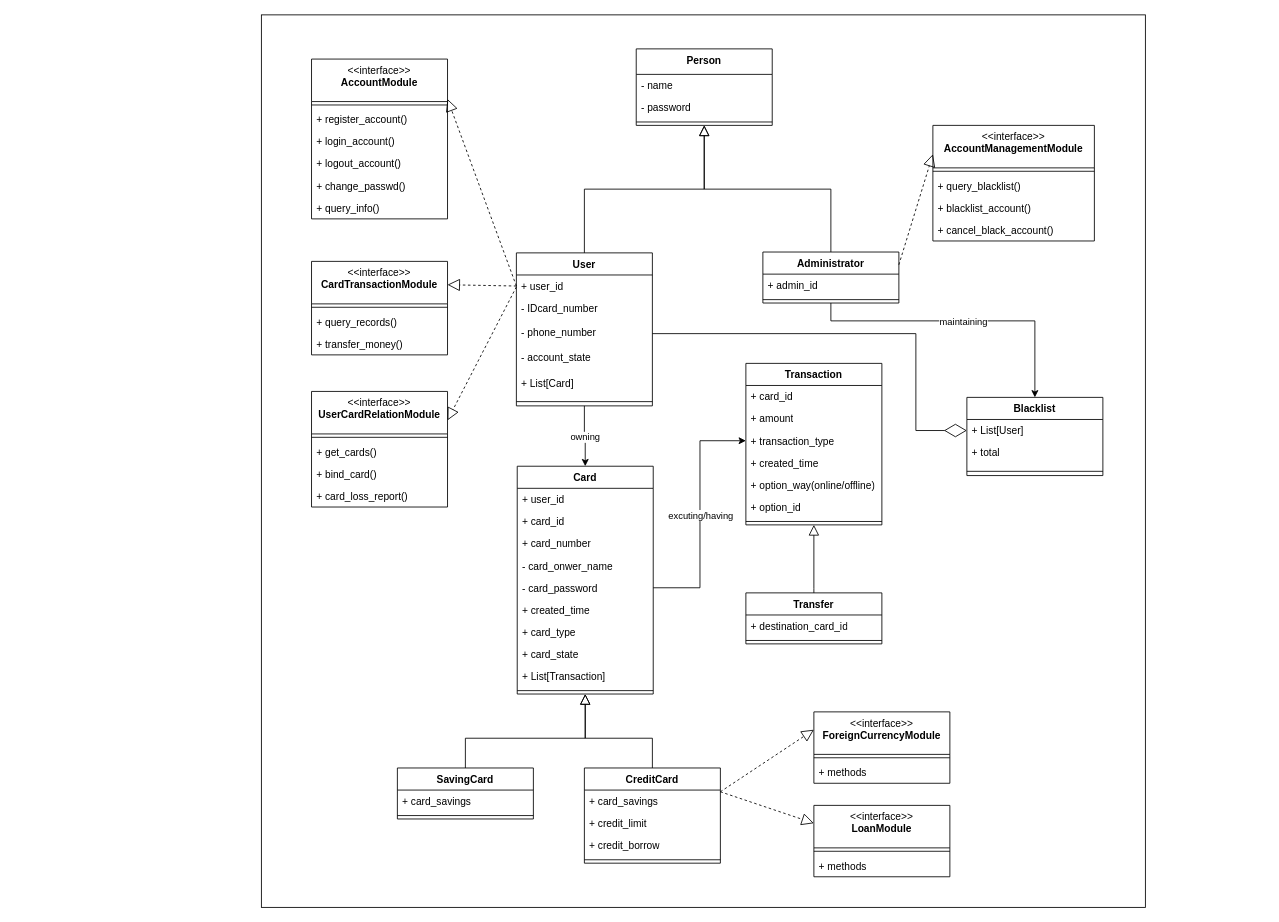
LeChatelier-Lenz/Impel-Down keeps this draw.io diagram as .drawio. Above is the earlier version. Source tidied: cells renumbered, new cells numbered last; positions are measured from the earlier drawing's top-left corner, leaving out a move shared by most shapes. Both pictures are drawn from the tidied source at 85%, with x=0, y=0 at pixel (261, 14).
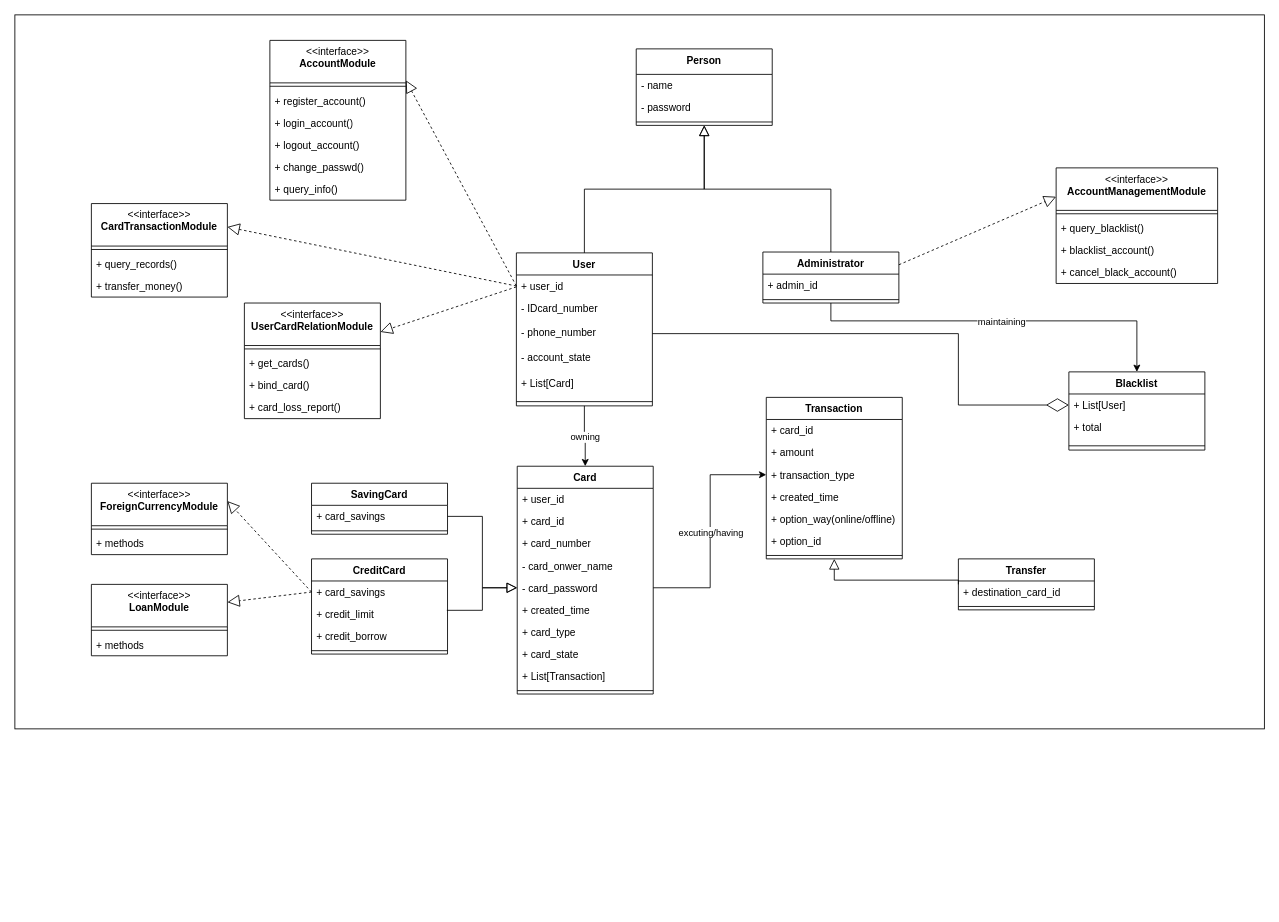
After the change.

The change refers to these unchanged cells:
```xml
<mxCell id="10" value="- phone_number&#10;" style="text;align=left;verticalAlign=top;spacingLeft=4;spacingRight=4;overflow=hidden;points=[[0,0.5],[1,0.5]];portConstraint=eastwest;rounded=0;shadow=0;html=0;" parent="7" vertex="1">
  <mxGeometry y="80" width="160" height="30" as="geometry" />
</mxCell>
<mxCell id="19" value="Card" style="swimlane;fontStyle=1;align=center;verticalAlign=top;horizontal=1;startSize=26;whiteSpace=wrap;html=1;" parent="1" vertex="1">
  <mxGeometry x="301" y="531" width="160" height="268" as="geometry" />
</mxCell>
<mxCell id="24" value="- card_password" style="text;strokeColor=none;fillColor=none;align=left;verticalAlign=top;spacingLeft=4;spacingRight=4;overflow=hidden;points=[[0,0.5],[1,0.5]];portConstraint=eastwest;whiteSpace=wrap;html=1;" parent="19" vertex="1">
  <mxGeometry y="130" width="160" height="26" as="geometry" />
</mxCell>
<mxCell id="31" value="+ card_savings&lt;div&gt;&lt;br&gt;&lt;/div&gt;" style="text;strokeColor=none;fillColor=none;align=left;verticalAlign=top;spacingLeft=4;spacingRight=4;overflow=hidden;points=[[0,0.5],[1,0.5]];portConstraint=eastwest;whiteSpace=wrap;html=1;" parent="30" vertex="1">
  <mxGeometry y="26" width="160" height="26" as="geometry" />
</mxCell>
<mxCell id="32" value="+ credit_limit&lt;div&gt;&lt;br&gt;&lt;/div&gt;" style="text;strokeColor=none;fillColor=none;align=left;verticalAlign=top;spacingLeft=4;spacingRight=4;overflow=hidden;points=[[0,0.5],[1,0.5]];portConstraint=eastwest;whiteSpace=wrap;html=1;" parent="30" vertex="1">
  <mxGeometry y="52" width="160" height="26" as="geometry" />
</mxCell>
<mxCell id="37" value="+ card_savings" style="text;strokeColor=none;fillColor=none;align=left;verticalAlign=top;spacingLeft=4;spacingRight=4;overflow=hidden;points=[[0,0.5],[1,0.5]];portConstraint=eastwest;whiteSpace=wrap;html=1;" parent="36" vertex="1">
  <mxGeometry y="26" width="160" height="26" as="geometry" />
</mxCell>
<mxCell id="76" value="+ List[User]" style="text;align=left;verticalAlign=top;spacingLeft=4;spacingRight=4;overflow=hidden;points=[[0,0.5],[1,0.5]];portConstraint=eastwest;" parent="75" vertex="1">
  <mxGeometry y="26" width="160" height="26" as="geometry" />
</mxCell>
```

Diff of the diagram source:
```diff
@@
     <mxCell id="2" style="rounded=0;whiteSpace=wrap;html=1;" parent="1" vertex="1">
-      <mxGeometry width="1040" height="1050" as="geometry" />
+      <mxGeometry x="-290" width="1470" height="840" as="geometry" />
     </mxCell>
@@
     <mxCell id="30" value="CreditCard" style="swimlane;fontStyle=1;align=center;verticalAlign=top;horizontal=1;startSize=26;whiteSpace=wrap;html=1;" parent="1" vertex="1">
-      <mxGeometry x="380" y="886" width="160" height="112" as="geometry" />
+      <mxGeometry x="59" y="640" width="160" height="112" as="geometry" />
     </mxCell>
@@
-    <mxCell id="35" style="endArrow=block;endSize=10;endFill=0;shadow=0;strokeWidth=1;rounded=0;curved=0;edgeStyle=elbowEdgeStyle;elbow=vertical;exitX=0.5;exitY=0;exitDx=0;exitDy=0;entryX=0.5;entryY=1;entryDx=0;entryDy=0;" parent="1" edge="1" source="30" target="19">
-      <mxGeometry relative="1" as="geometry">
-        <Array as="points">
-          <mxPoint x="451" y="851" />
-        </Array>
-      </mxGeometry>
+    <mxCell id="35" style="endArrow=block;endSize=10;endFill=0;shadow=0;strokeWidth=1;rounded=0;edgeStyle=orthogonalEdgeStyle;elbow=vertical;exitX=0.995;exitY=0.328;exitDx=0;exitDy=0;entryX=0;entryY=0.5;entryDx=0;entryDy=0;exitPerimeter=0;" parent="1" edge="1" source="32" target="24">
+      <mxGeometry relative="1" as="geometry" />
     </mxCell>
     <mxCell id="36" value="SavingCard" style="swimlane;fontStyle=1;align=center;verticalAlign=top;horizontal=1;startSize=26;whiteSpace=wrap;html=1;" parent="1" vertex="1">
-      <mxGeometry x="160" y="886" width="160" height="60" as="geometry" />
+      <mxGeometry x="59" y="551" width="160" height="60" as="geometry" />
     </mxCell>
@@
-    <mxCell id="39" style="endArrow=block;endSize=10;endFill=0;shadow=0;strokeWidth=1;rounded=0;curved=0;edgeStyle=elbowEdgeStyle;elbow=vertical;entryX=0.5;entryY=1;entryDx=0;entryDy=0;exitX=0.5;exitY=0;exitDx=0;exitDy=0;" parent="1" edge="1" source="36" target="19">
-      <mxGeometry relative="1" as="geometry">
-        <Array as="points">
-          <mxPoint x="451" y="851" />
-        </Array>
-      </mxGeometry>
+    <mxCell id="39" style="endArrow=block;endSize=10;endFill=0;shadow=0;strokeWidth=1;rounded=0;edgeStyle=orthogonalEdgeStyle;elbow=vertical;entryX=0;entryY=0.5;entryDx=0;entryDy=0;exitX=1;exitY=0.5;exitDx=0;exitDy=0;" parent="1" edge="1" source="37" target="24">
+      <mxGeometry relative="1" as="geometry" />
     </mxCell>
     <mxCell id="40" value="&lt;div&gt;&lt;span style=&quot;font-weight: normal;&quot;&gt;&amp;lt;&amp;lt;interface&amp;gt;&amp;gt;&lt;/span&gt;&lt;/div&gt;AccountModule" style="swimlane;fontStyle=1;align=center;verticalAlign=top;horizontal=1;startSize=50;whiteSpace=wrap;html=1;" parent="1" vertex="1">
-      <mxGeometry x="59" y="52" width="160" height="188" as="geometry" />
+      <mxGeometry x="10" y="30" width="160" height="188" as="geometry" />
     </mxCell>
@@
     <mxCell id="50" value="&lt;div&gt;&lt;span style=&quot;font-weight: normal;&quot;&gt;&amp;lt;&amp;lt;interface&amp;gt;&amp;gt;&lt;/span&gt;&lt;/div&gt;CardTransactionModule" style="swimlane;fontStyle=1;align=center;verticalAlign=top;horizontal=1;startSize=50;whiteSpace=wrap;html=1;" parent="1" vertex="1">
-      <mxGeometry x="59" y="290" width="160" height="110" as="geometry" />
+      <mxGeometry x="-200" y="222" width="160" height="110" as="geometry" />
     </mxCell>
@@
     <mxCell id="54" value="&lt;span style=&quot;&quot;&gt;&lt;b&gt;Transaction&lt;/b&gt;&lt;/span&gt;" style="swimlane;fontStyle=0;align=center;verticalAlign=top;horizontal=1;startSize=26;whiteSpace=wrap;html=1;" parent="1" vertex="1">
-      <mxGeometry x="570" y="410" width="160" height="190" as="geometry" />
+      <mxGeometry x="594" y="450" width="160" height="190" as="geometry" />
     </mxCell>
@@
     <mxCell id="65" value="Transfer" style="swimlane;fontStyle=1;align=center;verticalAlign=top;horizontal=1;startSize=26;whiteSpace=wrap;html=1;" parent="1" vertex="1">
-      <mxGeometry x="570" y="680" width="160" height="60" as="geometry" />
+      <mxGeometry x="820" y="640" width="160" height="60" as="geometry" />
     </mxCell>
@@
-    <mxCell id="68" style="endArrow=block;endSize=10;endFill=0;shadow=0;strokeWidth=1;rounded=0;curved=0;edgeStyle=elbowEdgeStyle;elbow=vertical;entryX=0.5;entryY=1;entryDx=0;entryDy=0;exitX=0.5;exitY=0;exitDx=0;exitDy=0;" parent="1" edge="1" source="65" target="54">
+    <mxCell id="68" style="endArrow=block;endSize=10;endFill=0;shadow=0;strokeWidth=1;rounded=0;edgeStyle=elbowEdgeStyle;entryX=0.5;entryY=1;entryDx=0;entryDy=0;exitX=0;exitY=0.5;exitDx=0;exitDy=0;elbow=vertical;" parent="1" edge="1" source="65" target="54">
       <mxGeometry relative="1" as="geometry">
         <Array as="points">
-          <mxPoint x="710" y="675" />
+          <mxPoint x="790" y="665" />
         </Array>
       </mxGeometry>
     </mxCell>
     <mxCell id="69" value="&lt;div&gt;&lt;span style=&quot;font-weight: normal;&quot;&gt;&amp;lt;&amp;lt;interface&amp;gt;&amp;gt;&lt;/span&gt;&lt;/div&gt;UserCardRelationModule" style="swimlane;fontStyle=1;align=center;verticalAlign=top;horizontal=1;startSize=50;whiteSpace=wrap;html=1;" parent="1" vertex="1">
-      <mxGeometry x="59" y="443" width="160" height="136" as="geometry" />
+      <mxGeometry x="-20" y="339" width="160" height="136" as="geometry" />
     </mxCell>
@@
     <mxCell id="75" value="Blacklist" style="swimlane;fontStyle=1;align=center;verticalAlign=top;horizontal=1;startSize=26;rounded=0;shadow=0;strokeWidth=1;" parent="1" vertex="1">
-      <mxGeometry x="830" y="450" width="160" height="92" as="geometry" />
+      <mxGeometry x="950" y="420" width="160" height="92" as="geometry" />
     </mxCell>
@@
     <mxCell id="79" style="endArrow=diamondThin;endFill=0;endSize=24;html=1;rounded=0;exitX=1;exitY=0.5;exitDx=0;exitDy=0;entryX=0;entryY=0.5;entryDx=0;entryDy=0;edgeStyle=elbowEdgeStyle;" parent="1" edge="1" source="10" target="76">
       <mxGeometry relative="1" as="geometry">
         <Array as="points">
-          <mxPoint x="770" y="430" />
+          <mxPoint x="820" y="410" />
           <mxPoint x="800" y="340" />
         </Array>
       </mxGeometry>
     </mxCell>
@@
     <mxCell id="82" value="&lt;div&gt;&lt;span style=&quot;font-weight: normal;&quot;&gt;&amp;lt;&amp;lt;interface&amp;gt;&amp;gt;&lt;/span&gt;&lt;/div&gt;AccountManagementModule" style="swimlane;fontStyle=1;align=center;verticalAlign=top;horizontal=1;startSize=50;whiteSpace=wrap;html=1;" parent="1" vertex="1">
-      <mxGeometry x="790" y="130" width="190" height="136" as="geometry" />
+      <mxGeometry x="935" y="180" width="190" height="136" as="geometry" />
     </mxCell>
@@
     <mxCell id="88" value="&lt;div&gt;&lt;span style=&quot;font-weight: normal;&quot;&gt;&amp;lt;&amp;lt;interface&amp;gt;&amp;gt;&lt;/span&gt;&lt;/div&gt;ForeignCurrencyModule" style="swimlane;fontStyle=1;align=center;verticalAlign=top;horizontal=1;startSize=50;whiteSpace=wrap;html=1;" parent="1" vertex="1">
-      <mxGeometry x="650" y="820" width="160" height="84" as="geometry" />
+      <mxGeometry x="-200" y="551" width="160" height="84" as="geometry" />
     </mxCell>
@@
     <mxCell id="91" value="&lt;div&gt;&lt;span style=&quot;font-weight: normal;&quot;&gt;&amp;lt;&amp;lt;interface&amp;gt;&amp;gt;&lt;/span&gt;&lt;/div&gt;LoanModule" style="swimlane;fontStyle=1;align=center;verticalAlign=top;horizontal=1;startSize=50;whiteSpace=wrap;html=1;" parent="1" vertex="1">
-      <mxGeometry x="650" y="930" width="160" height="84" as="geometry" />
+      <mxGeometry x="-200" y="670" width="160" height="84" as="geometry" />
     </mxCell>
@@
-    <mxCell id="94" style="endArrow=block;dashed=1;endFill=0;endSize=12;html=1;rounded=0;exitX=1;exitY=0.25;exitDx=0;exitDy=0;entryX=0;entryY=0.25;entryDx=0;entryDy=0;" parent="1" edge="1" source="30" target="88">
+    <mxCell id="94" style="endArrow=block;dashed=1;endFill=0;endSize=12;html=1;rounded=0;entryX=1;entryY=0.25;entryDx=0;entryDy=0;exitX=0;exitY=0.5;exitDx=0;exitDy=0;" parent="1" edge="1" source="31" target="88">
       <mxGeometry relative="1" as="geometry" />
     </mxCell>
-    <mxCell id="95" style="endArrow=block;dashed=1;endFill=0;endSize=12;html=1;rounded=0;exitX=1;exitY=0.25;exitDx=0;exitDy=0;entryX=0;entryY=0.25;entryDx=0;entryDy=0;" parent="1" edge="1" source="30" target="91">
+    <mxCell id="95" style="endArrow=block;dashed=1;endFill=0;endSize=12;html=1;rounded=0;entryX=1;entryY=0.25;entryDx=0;entryDy=0;exitX=0;exitY=0.5;exitDx=0;exitDy=0;" parent="1" edge="1" source="31" target="91">
       <mxGeometry relative="1" as="geometry" />
     </mxCell>
```
